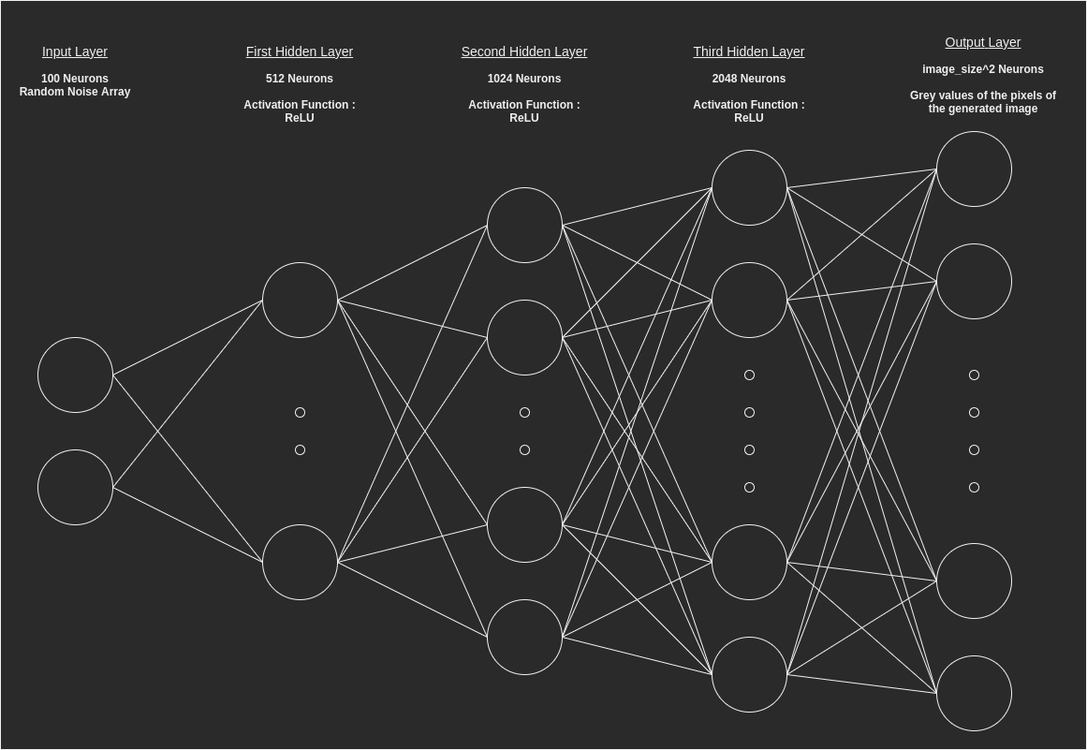
Before: Diagrams/GANgster/GANgsterGenerator.png, a diagram exported from draw.io (Minigrim0/GANgster). Source tidied: cells renumbered, new cells last; positions are measured from the earlier drawing's top-left corner, leaving out a move shared by most shapes.
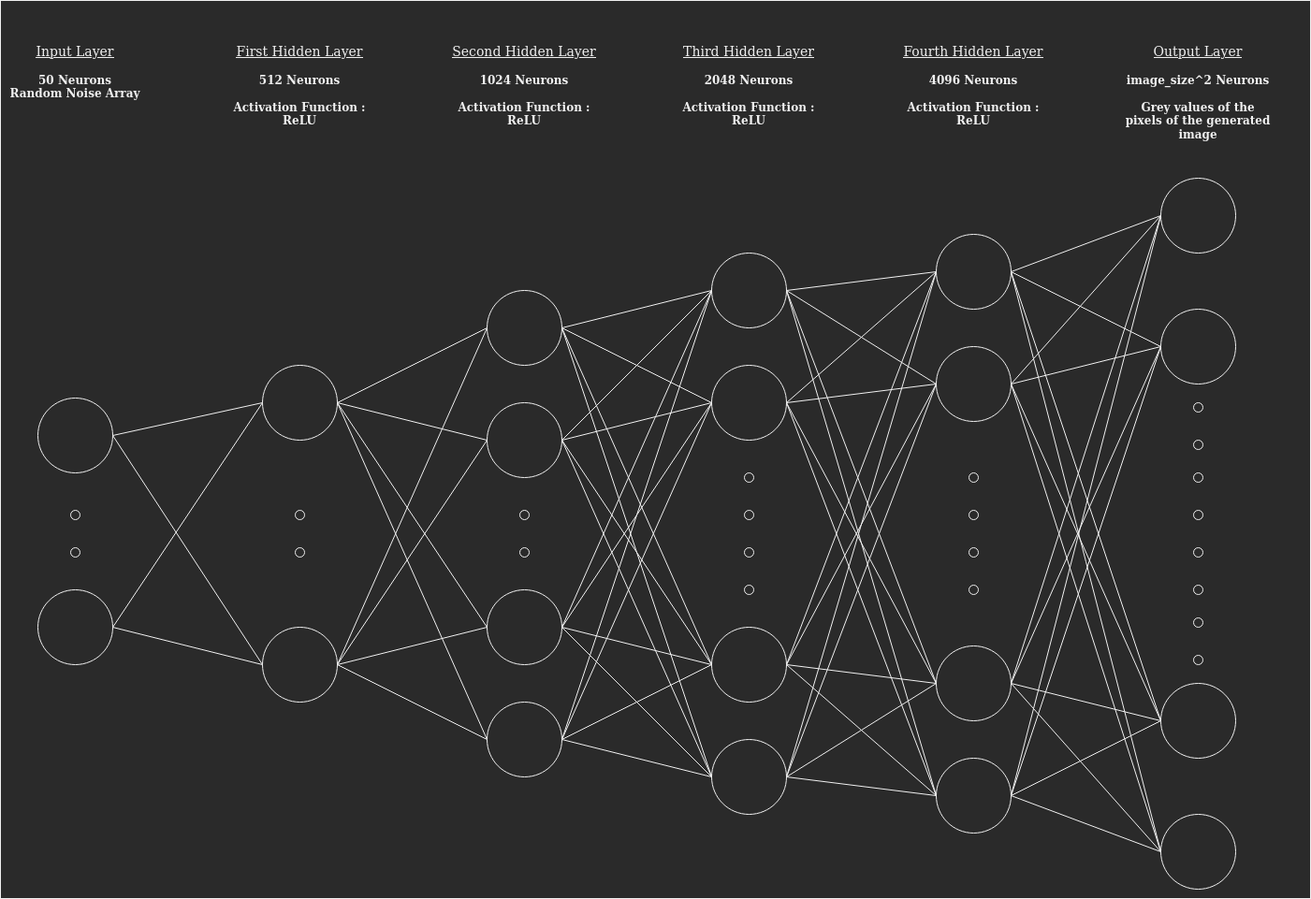
The same diagram one commit later.

Commit message:
[Upd] diagrams

Change to the diagram source:
```diff
@@ -3,13 +3,13 @@
     <mxCell id="0" />
     <mxCell id="1" parent="0" />
     <mxCell id="2" style="rounded=0;whiteSpace=wrap;html=1;" parent="1" vertex="1">
-      <mxGeometry width="1160" height="800" as="geometry" />
+      <mxGeometry y="-110" width="1400" height="960" as="geometry" />
     </mxCell>
     <mxCell id="3" style="ellipse;whiteSpace=wrap;html=1;" parent="1" vertex="1">
-      <mxGeometry x="40" y="360" width="80" height="80" as="geometry" />
+      <mxGeometry x="40" y="315" width="80" height="80" as="geometry" />
     </mxCell>
     <mxCell id="4" style="ellipse;whiteSpace=wrap;html=1;" parent="1" vertex="1">
-      <mxGeometry x="40" y="480" width="80" height="80" as="geometry" />
+      <mxGeometry x="40" y="520" width="80" height="80" as="geometry" />
     </mxCell>
     <mxCell id="5" style="ellipse;whiteSpace=wrap;html=1;" parent="1" vertex="1">
       <mxGeometry x="280" y="280" width="80" height="80" as="geometry" />
@@ -83,17 +83,17 @@
     <mxCell id="28" style="endArrow=none;html=1;entryX=0;entryY=0.5;entryDx=0;entryDy=0;exitX=1;exitY=0.5;exitDx=0;exitDy=0;" parent="1" edge="1" source="6" target="8">
       <mxGeometry relative="1" as="geometry" />
     </mxCell>
-    <mxCell id="29" value="&lt;div&gt;&lt;font size=&quot;1&quot;&gt;&lt;u style=&quot;font-size: 14px&quot;&gt;Input Layer&lt;/u&gt;&lt;br&gt;&lt;/font&gt;&lt;/div&gt;&lt;div&gt;&lt;br&gt;&lt;/div&gt;&lt;div&gt;&lt;b&gt;&lt;font style=&quot;font-size: 12px&quot;&gt;100 Neurons&lt;/font&gt;&lt;/b&gt;&lt;/div&gt;&lt;div&gt;&lt;b&gt;&lt;font style=&quot;font-size: 12px&quot;&gt;Random Noise Array&lt;/font&gt;&lt;/b&gt;&lt;br&gt;&lt;font size=&quot;1&quot;&gt;&lt;/font&gt;&lt;/div&gt;" style="text;html=1;strokeColor=none;fillColor=none;align=center;verticalAlign=top;whiteSpace=wrap;rounded=0;" parent="1" vertex="1">
-      <mxGeometry y="40" width="160" height="160" as="geometry" />
+    <mxCell id="29" value="&lt;div&gt;&lt;font size=&quot;1&quot;&gt;&lt;u style=&quot;font-size: 14px&quot;&gt;Input Layer&lt;/u&gt;&lt;br&gt;&lt;/font&gt;&lt;/div&gt;&lt;div&gt;&lt;br&gt;&lt;/div&gt;&lt;div&gt;&lt;b&gt;&lt;font style=&quot;font-size: 12px&quot;&gt;50 Neurons&lt;/font&gt;&lt;/b&gt;&lt;/div&gt;&lt;div&gt;&lt;b&gt;&lt;font style=&quot;font-size: 12px&quot;&gt;Random Noise Array&lt;/font&gt;&lt;/b&gt;&lt;br&gt;&lt;font size=&quot;1&quot;&gt;&lt;/font&gt;&lt;/div&gt;" style="text;html=1;strokeColor=none;fillColor=none;align=center;verticalAlign=top;whiteSpace=wrap;rounded=0;" parent="1" vertex="1">
+      <mxGeometry y="-70" width="160" height="160" as="geometry" />
     </mxCell>
     <mxCell id="30" value="&lt;font style=&quot;font-size: 14px&quot;&gt;&lt;u&gt;First Hidden&lt;/u&gt;&lt;u&gt; Layer&lt;/u&gt;&lt;br&gt;&lt;/font&gt;&lt;div&gt;&lt;br&gt;&lt;/div&gt;&lt;div&gt;&lt;b&gt;&lt;font style=&quot;font-size: 12px&quot;&gt;512 Neurons&lt;/font&gt;&lt;/b&gt;&lt;/div&gt;&lt;div&gt;&lt;b&gt;&lt;font style=&quot;font-size: 12px&quot;&gt;&lt;br&gt;&lt;/font&gt;&lt;/b&gt;&lt;/div&gt;&lt;div&gt;&lt;b&gt;&lt;font style=&quot;font-size: 12px&quot;&gt;Activation Function :&lt;/font&gt;&lt;/b&gt;&lt;/div&gt;&lt;div&gt;&lt;b&gt;&lt;font style=&quot;font-size: 12px&quot;&gt;ReLU&lt;br&gt;&lt;/font&gt;&lt;/b&gt;&lt;/div&gt;" style="text;html=1;strokeColor=none;fillColor=none;align=center;verticalAlign=top;whiteSpace=wrap;rounded=0;" parent="1" vertex="1">
-      <mxGeometry x="240" y="40" width="160" height="160" as="geometry" />
+      <mxGeometry x="240" y="-70" width="160" height="160" as="geometry" />
     </mxCell>
     <mxCell id="31" value="&lt;font style=&quot;font-size: 14px&quot;&gt;&lt;u&gt;Second Hidden&lt;/u&gt;&lt;u&gt; Layer&lt;/u&gt;&lt;br&gt;&lt;/font&gt;&lt;div&gt;&lt;br&gt;&lt;/div&gt;&lt;div&gt;&lt;b&gt;&lt;font style=&quot;font-size: 12px&quot;&gt;1024 Neurons&lt;/font&gt;&lt;/b&gt;&lt;/div&gt;&lt;div&gt;&lt;b&gt;&lt;font style=&quot;font-size: 12px&quot;&gt;&lt;br&gt;&lt;/font&gt;&lt;/b&gt;&lt;/div&gt;&lt;div&gt;&lt;b&gt;&lt;font style=&quot;font-size: 12px&quot;&gt;Activation Function :&lt;/font&gt;&lt;/b&gt;&lt;/div&gt;&lt;div&gt;&lt;b&gt;&lt;font style=&quot;font-size: 12px&quot;&gt;ReLU&lt;br&gt;&lt;/font&gt;&lt;/b&gt;&lt;/div&gt;" style="text;html=1;strokeColor=none;fillColor=none;align=center;verticalAlign=top;whiteSpace=wrap;rounded=0;" parent="1" vertex="1">
-      <mxGeometry x="480" y="40" width="160" height="160" as="geometry" />
+      <mxGeometry x="480" y="-70" width="160" height="160" as="geometry" />
     </mxCell>
     <mxCell id="32" value="&lt;font style=&quot;font-size: 14px&quot;&gt;&lt;u&gt;Output&lt;/u&gt;&lt;/font&gt;&lt;font style=&quot;font-size: 14px&quot;&gt;&lt;u&gt;&lt;font style=&quot;font-size: 14px&quot;&gt; &lt;/font&gt;Layer&lt;/u&gt;&lt;br&gt;&lt;/font&gt;&lt;div&gt;&lt;br&gt;&lt;/div&gt;&lt;div&gt;&lt;b&gt;&lt;font style=&quot;font-size: 12px&quot;&gt;image_size^2 Neurons&lt;br&gt;&lt;/font&gt;&lt;/b&gt;&lt;/div&gt;&lt;div&gt;&lt;b&gt;&lt;font style=&quot;font-size: 12px&quot;&gt;&lt;br&gt;&lt;/font&gt;&lt;/b&gt;&lt;/div&gt;&lt;div&gt;&lt;b&gt;Grey values of the pixels of the generated image&lt;/b&gt;&lt;br&gt;&lt;/div&gt;" style="text;html=1;strokeColor=none;fillColor=none;align=center;verticalAlign=top;whiteSpace=wrap;rounded=0;" parent="1" vertex="1">
-      <mxGeometry x="970" y="30" width="160" height="160" as="geometry" />
+      <mxGeometry x="1200" y="-70" width="160" height="160" as="geometry" />
     </mxCell>
     <mxCell id="33" style="ellipse;whiteSpace=wrap;html=1;" parent="1" vertex="1">
       <mxGeometry x="760" y="160" width="80" height="80" as="geometry" />
@@ -120,7 +120,7 @@
       <mxGeometry x="795" y="475" width="10" height="10" as="geometry" />
     </mxCell>
     <mxCell id="41" value="&lt;font style=&quot;font-size: 14px&quot;&gt;&lt;u&gt;Third Hidden&lt;/u&gt;&lt;u&gt; Layer&lt;/u&gt;&lt;br&gt;&lt;/font&gt;&lt;div&gt;&lt;br&gt;&lt;/div&gt;&lt;div&gt;&lt;b&gt;&lt;font style=&quot;font-size: 12px&quot;&gt;2048 Neurons&lt;/font&gt;&lt;/b&gt;&lt;/div&gt;&lt;div&gt;&lt;b&gt;&lt;font style=&quot;font-size: 12px&quot;&gt;&lt;br&gt;&lt;/font&gt;&lt;/b&gt;&lt;/div&gt;&lt;div&gt;&lt;b&gt;&lt;font style=&quot;font-size: 12px&quot;&gt;Activation Function :&lt;/font&gt;&lt;/b&gt;&lt;/div&gt;&lt;div&gt;&lt;b&gt;&lt;font style=&quot;font-size: 12px&quot;&gt;ReLU&lt;br&gt;&lt;/font&gt;&lt;/b&gt;&lt;/div&gt;" style="text;html=1;strokeColor=none;fillColor=none;align=center;verticalAlign=top;whiteSpace=wrap;rounded=0;" parent="1" vertex="1">
-      <mxGeometry x="720" y="40" width="160" height="160" as="geometry" />
+      <mxGeometry x="720" y="-70" width="160" height="160" as="geometry" />
     </mxCell>
     <mxCell id="42" style="endArrow=none;html=1;entryX=0;entryY=0.5;entryDx=0;entryDy=0;exitX=1;exitY=0.5;exitDx=0;exitDy=0;" parent="1" edge="1" source="8" target="34">
       <mxGeometry relative="1" as="geometry" />
@@ -155,9 +155,10 @@
         <mxPoint x="600" y="680" as="sourcePoint" />
       </mxGeometry>
     </mxCell>
-    <mxCell id="49" style="endArrow=none;html=1;entryX=0.25;entryY=1;entryDx=0;entryDy=0;exitX=1;exitY=0.5;exitDx=0;exitDy=0;" parent="1" edge="1" target="41">
+    <mxCell id="49" style="endArrow=none;html=1;entryX=0.25;entryY=1;entryDx=0;entryDy=0;exitX=1;exitY=0.5;exitDx=0;exitDy=0;" parent="1" edge="1">
       <mxGeometry relative="1" as="geometry">
         <mxPoint x="600" y="360" as="sourcePoint" />
+        <mxPoint x="760" y="200" as="targetPoint" />
       </mxGeometry>
     </mxCell>
     <mxCell id="50" style="endArrow=none;html=1;entryX=0;entryY=0.5;entryDx=0;entryDy=0;exitX=1;exitY=0.5;exitDx=0;exitDy=0;" parent="1" edge="1" target="37">
@@ -224,8 +225,9 @@
         <mxPoint x="1000" y="180" as="targetPoint" />
       </mxGeometry>
     </mxCell>
-    <mxCell id="68" style="endArrow=none;html=1;entryX=0;entryY=0.5;entryDx=0;entryDy=0;exitX=0.75;exitY=1;exitDx=0;exitDy=0;" parent="1" edge="1" source="41">
+    <mxCell id="68" style="endArrow=none;html=1;entryX=0;entryY=0.5;entryDx=0;entryDy=0;exitX=0.75;exitY=1;exitDx=0;exitDy=0;" parent="1" edge="1">
       <mxGeometry relative="1" as="geometry">
+        <mxPoint x="840" y="200" as="sourcePoint" />
         <mxPoint x="1000" y="300" as="targetPoint" />
       </mxGeometry>
     </mxCell>
@@ -271,8 +273,103 @@
     <mxCell id="78" style="endArrow=none;html=1;entryX=0;entryY=0.5;entryDx=0;entryDy=0;exitX=1;exitY=0.5;exitDx=0;exitDy=0;" parent="1" edge="1" source="33" target="59">
       <mxGeometry relative="1" as="geometry" />
     </mxCell>
-    <mxCell id="79" style="endArrow=none;html=1;entryX=0;entryY=0.5;entryDx=0;entryDy=0;exitX=0.75;exitY=1;exitDx=0;exitDy=0;" parent="1" edge="1" source="41" target="10">
-      <mxGeometry relative="1" as="geometry" />
+    <mxCell id="79" style="endArrow=none;html=1;entryX=0;entryY=0.5;entryDx=0;entryDy=0;exitX=0.75;exitY=1;exitDx=0;exitDy=0;" parent="1" edge="1" target="10">
+      <mxGeometry relative="1" as="geometry">
+        <mxPoint x="840" y="200" as="sourcePoint" />
+      </mxGeometry>
     </mxCell>
+    <mxCell id="80" style="ellipse;whiteSpace=wrap;html=1;" parent="1" vertex="1">
+      <mxGeometry x="75" y="475" width="10" height="10" as="geometry" />
+    </mxCell>
+    <mxCell id="81" style="ellipse;whiteSpace=wrap;html=1;" parent="1" vertex="1">
+      <mxGeometry x="75" y="435" width="10" height="10" as="geometry" />
+    </mxCell>
+    <mxCell id="82" style="ellipse;whiteSpace=wrap;html=1;" parent="1" vertex="1">
+      <mxGeometry x="1240" y="220" width="80" height="80" as="geometry" />
+    </mxCell>
+    <mxCell id="83" style="ellipse;whiteSpace=wrap;html=1;" parent="1" vertex="1">
+      <mxGeometry x="1240" y="620" width="80" height="80" as="geometry" />
+    </mxCell>
+    <mxCell id="84" style="ellipse;whiteSpace=wrap;html=1;" parent="1" vertex="1">
+      <mxGeometry x="1240" y="80" width="80" height="80" as="geometry" />
+    </mxCell>
+    <mxCell id="85" style="ellipse;whiteSpace=wrap;html=1;" parent="1" vertex="1">
+      <mxGeometry x="1240" y="760" width="80" height="80" as="geometry" />
+    </mxCell>
+    <mxCell id="86" style="ellipse;whiteSpace=wrap;html=1;" parent="1" vertex="1">
+      <mxGeometry x="1275" y="395" width="10" height="10" as="geometry" />
+    </mxCell>
+    <mxCell id="87" style="ellipse;whiteSpace=wrap;html=1;" parent="1" vertex="1">
+      <mxGeometry x="1275" y="515" width="10" height="10" as="geometry" />
+    </mxCell>
+    <mxCell id="88" style="ellipse;whiteSpace=wrap;html=1;" parent="1" vertex="1">
+      <mxGeometry x="1275" y="435" width="10" height="10" as="geometry" />
+    </mxCell>
+    <mxCell id="89" style="ellipse;whiteSpace=wrap;html=1;" parent="1" vertex="1">
+      <mxGeometry x="1275" y="475" width="10" height="10" as="geometry" />
+    </mxCell>
+    <mxCell id="90" style="ellipse;whiteSpace=wrap;html=1;" parent="1" vertex="1">
+      <mxGeometry x="1275" y="590" width="10" height="10" as="geometry" />
+    </mxCell>
+    <mxCell id="91" style="ellipse;whiteSpace=wrap;html=1;" parent="1" vertex="1">
+      <mxGeometry x="1275" y="550" width="10" height="10" as="geometry" />
+    </mxCell>
+    <mxCell id="92" style="ellipse;whiteSpace=wrap;html=1;" parent="1" vertex="1">
+      <mxGeometry x="1275" y="360" width="10" height="10" as="geometry" />
+    </mxCell>
+    <mxCell id="93" style="ellipse;whiteSpace=wrap;html=1;" parent="1" vertex="1">
+      <mxGeometry x="1275" y="320" width="10" height="10" as="geometry" />
+    </mxCell>
+    <mxCell id="94" value="&lt;font style=&quot;font-size: 14px&quot;&gt;&lt;u&gt;Fourth Hidden&lt;/u&gt;&lt;u&gt; Layer&lt;/u&gt;&lt;br&gt;&lt;/font&gt;&lt;div&gt;&lt;br&gt;&lt;/div&gt;&lt;div&gt;&lt;b&gt;&lt;font style=&quot;font-size: 12px&quot;&gt;4096 Neurons&lt;/font&gt;&lt;/b&gt;&lt;/div&gt;&lt;div&gt;&lt;b&gt;&lt;font style=&quot;font-size: 12px&quot;&gt;&lt;br&gt;&lt;/font&gt;&lt;/b&gt;&lt;/div&gt;&lt;div&gt;&lt;b&gt;&lt;font style=&quot;font-size: 12px&quot;&gt;Activation Function :&lt;/font&gt;&lt;/b&gt;&lt;/div&gt;&lt;div&gt;&lt;b&gt;&lt;font style=&quot;font-size: 12px&quot;&gt;ReLU&lt;br&gt;&lt;/font&gt;&lt;/b&gt;&lt;/div&gt;" style="text;html=1;strokeColor=none;fillColor=none;align=center;verticalAlign=top;whiteSpace=wrap;rounded=0;" parent="1" vertex="1">
+      <mxGeometry x="960" y="-70" width="160" height="160" as="geometry" />
+    </mxCell>
+    <mxCell id="95" style="endArrow=none;html=1;entryX=0;entryY=0.5;entryDx=0;entryDy=0;exitX=1;exitY=0.5;exitDx=0;exitDy=0;" parent="1" edge="1" source="58" target="84">
+      <mxGeometry relative="1" as="geometry" />
+    </mxCell>
+    <mxCell id="96" style="endArrow=none;html=1;entryX=0;entryY=0.5;entryDx=0;entryDy=0;exitX=1;exitY=0.5;exitDx=0;exitDy=0;" parent="1" edge="1" source="9" target="82">
+      <mxGeometry relative="1" as="geometry" />
+    </mxCell>
+    <mxCell id="97" style="endArrow=none;html=1;entryX=0;entryY=0.5;entryDx=0;entryDy=0;exitX=1;exitY=0.5;exitDx=0;exitDy=0;" parent="1" edge="1" source="10" target="83">
+      <mxGeometry relative="1" as="geometry" />
+    </mxCell>
+    <mxCell id="98" style="endArrow=none;html=1;exitX=1;exitY=0.5;exitDx=0;exitDy=0;entryX=0;entryY=0.5;entryDx=0;entryDy=0;" parent="1" edge="1" source="59" target="85">
+      <mxGeometry relative="1" as="geometry" />
+    </mxCell>
+    <mxCell id="99" style="endArrow=none;html=1;exitX=1;exitY=0.5;exitDx=0;exitDy=0;entryX=0;entryY=0.5;entryDx=0;entryDy=0;" parent="1" edge="1" source="10" target="85">
+      <mxGeometry relative="1" as="geometry" />
+    </mxCell>
+    <mxCell id="100" style="endArrow=none;html=1;exitX=1;exitY=0.5;exitDx=0;exitDy=0;entryX=0;entryY=0.5;entryDx=0;entryDy=0;" parent="1" edge="1" source="9" target="85">
+      <mxGeometry relative="1" as="geometry" />
+    </mxCell>
+    <mxCell id="101" style="endArrow=none;html=1;exitX=1;exitY=0.5;exitDx=0;exitDy=0;entryX=0;entryY=0.5;entryDx=0;entryDy=0;" parent="1" edge="1" source="58" target="85">
+      <mxGeometry relative="1" as="geometry" />
+    </mxCell>
+    <mxCell id="102" style="endArrow=none;html=1;exitX=1;exitY=0.5;exitDx=0;exitDy=0;entryX=0;entryY=0.5;entryDx=0;entryDy=0;" parent="1" edge="1" source="59" target="83">
+      <mxGeometry relative="1" as="geometry" />
+    </mxCell>
+    <mxCell id="103" style="endArrow=none;html=1;exitX=1;exitY=0.5;exitDx=0;exitDy=0;entryX=0;entryY=0.5;entryDx=0;entryDy=0;" parent="1" edge="1" source="59" target="82">
+      <mxGeometry relative="1" as="geometry" />
+    </mxCell>
+    <mxCell id="104" style="endArrow=none;html=1;exitX=1;exitY=0.5;exitDx=0;exitDy=0;entryX=0;entryY=0.5;entryDx=0;entryDy=0;" parent="1" edge="1" source="59" target="84">
+      <mxGeometry relative="1" as="geometry" />
+    </mxCell>
+    <mxCell id="105" style="endArrow=none;html=1;entryX=0;entryY=0.5;entryDx=0;entryDy=0;exitX=1;exitY=0.5;exitDx=0;exitDy=0;" parent="1" edge="1" source="9" target="83">
+      <mxGeometry relative="1" as="geometry" />
+    </mxCell>
+    <mxCell id="106" style="endArrow=none;html=1;entryX=0;entryY=0.5;entryDx=0;entryDy=0;exitX=1;exitY=0.5;exitDx=0;exitDy=0;" parent="1" edge="1" source="58" target="83">
+      <mxGeometry relative="1" as="geometry" />
+    </mxCell>
+    <mxCell id="107" style="endArrow=none;html=1;exitX=1;exitY=0.5;exitDx=0;exitDy=0;entryX=0;entryY=0.5;entryDx=0;entryDy=0;" parent="1" edge="1" source="10" target="82">
+      <mxGeometry relative="1" as="geometry" />
+    </mxCell>
+    <mxCell id="108" style="endArrow=none;html=1;exitX=1;exitY=0.5;exitDx=0;exitDy=0;entryX=0;entryY=0.5;entryDx=0;entryDy=0;" parent="1" edge="1" source="10" target="84">
+      <mxGeometry relative="1" as="geometry" />
+    </mxCell>
+    <mxCell id="109" style="endArrow=none;html=1;entryX=0;entryY=0.5;entryDx=0;entryDy=0;exitX=1;exitY=0.5;exitDx=0;exitDy=0;" parent="1" edge="1" source="58" target="82">
+      <mxGeometry relative="1" as="geometry" />
+    </mxCell>
+    <mxCell id="110" style="endArrow=none;html=1;entryX=0;entryY=0.5;entryDx=0;entryDy=0;exitX=1;exitY=0.5;exitDx=0;exitDy=0;" parent="1" edge="1" source="9" target="84">
+      <mxGeometry relative="1" as="geometry" />
+    </mxCell>
   </root>
 </mxGraphModel>
```
